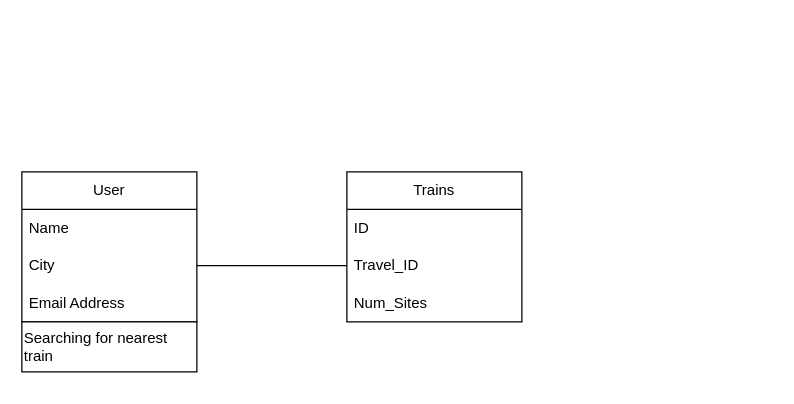
ChAlan25/UML keeps this draw.io diagram as Untitled Diagram.drawio. Above is the earlier version. Source tidied: cells renumbered, new cells numbered last; positions are measured from the earlier drawing's top-left corner, leaving out a move shared by most shapes. Both pictures are drawn from the tidied source at 125%, with x=0, y=0 at pixel (21, 171).
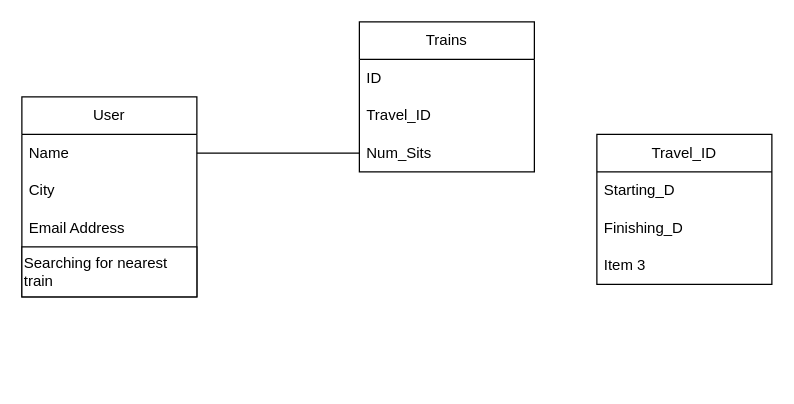
Above is the later version.

Diff of the diagram source:
```diff
@@
 <mxGraphModel>
   <root>
     <mxCell id="0" />
     <mxCell id="1" parent="0" />
     <mxCell id="2" value="User" style="swimlane;fontStyle=0;horizontal=1;startSize=30;whiteSpace=wrap;html=1;" parent="1" vertex="1">
-      <mxGeometry width="140" height="120" as="geometry" />
+      <mxGeometry y="-60" width="140" height="160" as="geometry" />
     </mxCell>
     <mxCell id="3" value="Name" style="text;strokeColor=none;fillColor=none;align=left;verticalAlign=middle;spacingLeft=4;spacingRight=4;overflow=hidden;points=[[0,0.5],[1,0.5]];portConstraint=eastwest;whiteSpace=wrap;html=1;" parent="2" vertex="1">
       <mxGeometry y="30" width="140" height="30" as="geometry" />
     </mxCell>
     <mxCell id="4" value="City" style="text;strokeColor=none;fillColor=none;align=left;verticalAlign=middle;spacingLeft=4;spacingRight=4;overflow=hidden;points=[[0,0.5],[1,0.5]];portConstraint=eastwest;whiteSpace=wrap;html=1;" parent="2" vertex="1">
       <mxGeometry y="60" width="140" height="30" as="geometry" />
     </mxCell>
     <mxCell id="5" value="Email Address" style="text;strokeColor=none;fillColor=none;align=left;verticalAlign=middle;spacingLeft=4;spacingRight=4;overflow=hidden;whiteSpace=wrap;html=1;" parent="2" vertex="1">
       <mxGeometry y="90" width="140" height="30" as="geometry" />
     </mxCell>
+    <mxCell id="7" style="edgeStyle=orthogonalEdgeStyle;rounded=0;orthogonalLoop=1;jettySize=auto;html=1;exitX=0.5;exitY=1;exitDx=0;exitDy=0;" parent="2" edge="1" source="6" target="6">
+      <mxGeometry relative="1" as="geometry" />
+    </mxCell>
-    <mxCell id="6" value="Searching for nearest train" style="rounded=0;whiteSpace=wrap;html=1;align=left;" parent="1" vertex="1">
+    <mxCell id="6" value="Searching for nearest train" style="rounded=0;whiteSpace=wrap;html=1;align=left;" parent="2" vertex="1">
       <mxGeometry y="120" width="140" height="40" as="geometry" />
     </mxCell>
-    <mxCell id="7" style="edgeStyle=orthogonalEdgeStyle;rounded=0;orthogonalLoop=1;jettySize=auto;html=1;exitX=0.5;exitY=1;exitDx=0;exitDy=0;" parent="1" edge="1" source="6" target="6">
-      <mxGeometry relative="1" as="geometry" />
-    </mxCell>
-    <mxCell id="8" style="endArrow=none;html=1;rounded=0;exitX=1;exitY=0.5;exitDx=0;exitDy=0;" parent="1" edge="1" source="4">
-      <mxGeometry relative="1" as="geometry">
-        <mxPoint x="260" y="75" as="targetPoint" />
-      </mxGeometry>
+    <mxCell id="8" style="endArrow=none;html=1;rounded=0;exitX=1;exitY=0.5;exitDx=0;exitDy=0;entryX=0;entryY=0.5;entryDx=0;entryDy=0;" parent="1" edge="1" source="3" target="12">
+      <mxGeometry relative="1" as="geometry" />
     </mxCell>
     <mxCell id="9" value="Trains" style="swimlane;fontStyle=0;horizontal=1;startSize=30;whiteSpace=wrap;html=1;" parent="1" vertex="1">
-      <mxGeometry x="260" width="140" height="120" as="geometry" />
+      <mxGeometry x="270" y="-120" width="140" height="120" as="geometry" />
     </mxCell>
     <mxCell id="10" value="ID" style="text;strokeColor=none;fillColor=none;align=left;verticalAlign=middle;spacingLeft=4;spacingRight=4;overflow=hidden;whiteSpace=wrap;html=1;" parent="9" vertex="1">
       <mxGeometry y="30" width="140" height="30" as="geometry" />
     </mxCell>
     <mxCell id="11" value="Travel_ID" style="text;strokeColor=none;fillColor=none;align=left;verticalAlign=middle;spacingLeft=4;spacingRight=4;overflow=hidden;whiteSpace=wrap;html=1;" parent="9" vertex="1">
       <mxGeometry y="60" width="140" height="30" as="geometry" />
     </mxCell>
-    <mxCell id="12" value="Num_Sites" style="text;strokeColor=none;fillColor=none;align=left;verticalAlign=middle;spacingLeft=4;spacingRight=4;overflow=hidden;points=[[0,0.5],[1,0.5]];portConstraint=eastwest;whiteSpace=wrap;html=1;" parent="9" vertex="1">
+    <mxCell id="12" value="Num_Sits" style="text;strokeColor=none;fillColor=none;align=left;verticalAlign=middle;spacingLeft=4;spacingRight=4;overflow=hidden;points=[[0,0.5],[1,0.5]];portConstraint=eastwest;whiteSpace=wrap;html=1;" parent="9" vertex="1">
       <mxGeometry y="90" width="140" height="30" as="geometry" />
     </mxCell>
+    <mxCell id="13" value="Travel_ID" style="swimlane;fontStyle=0;horizontal=1;startSize=30;whiteSpace=wrap;html=1;" parent="1" vertex="1">
+      <mxGeometry x="460" y="-30" width="140" height="120" as="geometry" />
+    </mxCell>
+    <mxCell id="14" value="Starting_D" style="text;strokeColor=none;fillColor=none;align=left;verticalAlign=middle;spacingLeft=4;spacingRight=4;overflow=hidden;whiteSpace=wrap;html=1;" parent="13" vertex="1">
+      <mxGeometry y="30" width="140" height="30" as="geometry" />
+    </mxCell>
+    <mxCell id="15" value="Finishing_D" style="text;strokeColor=none;fillColor=none;align=left;verticalAlign=middle;spacingLeft=4;spacingRight=4;overflow=hidden;whiteSpace=wrap;html=1;" parent="13" vertex="1">
+      <mxGeometry y="60" width="140" height="30" as="geometry" />
+    </mxCell>
+    <mxCell id="16" value="Item 3" style="text;strokeColor=none;fillColor=none;align=left;verticalAlign=middle;spacingLeft=4;spacingRight=4;overflow=hidden;whiteSpace=wrap;html=1;" parent="13" vertex="1">
+      <mxGeometry y="90" width="140" height="30" as="geometry" />
+    </mxCell>
   </root>
 </mxGraphModel>
```
